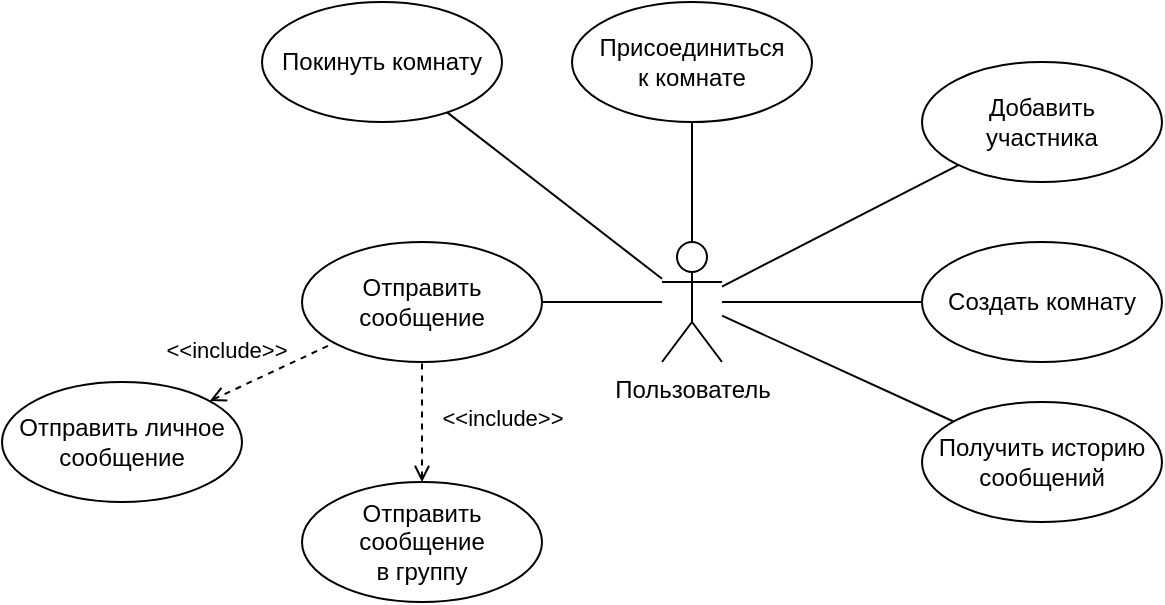
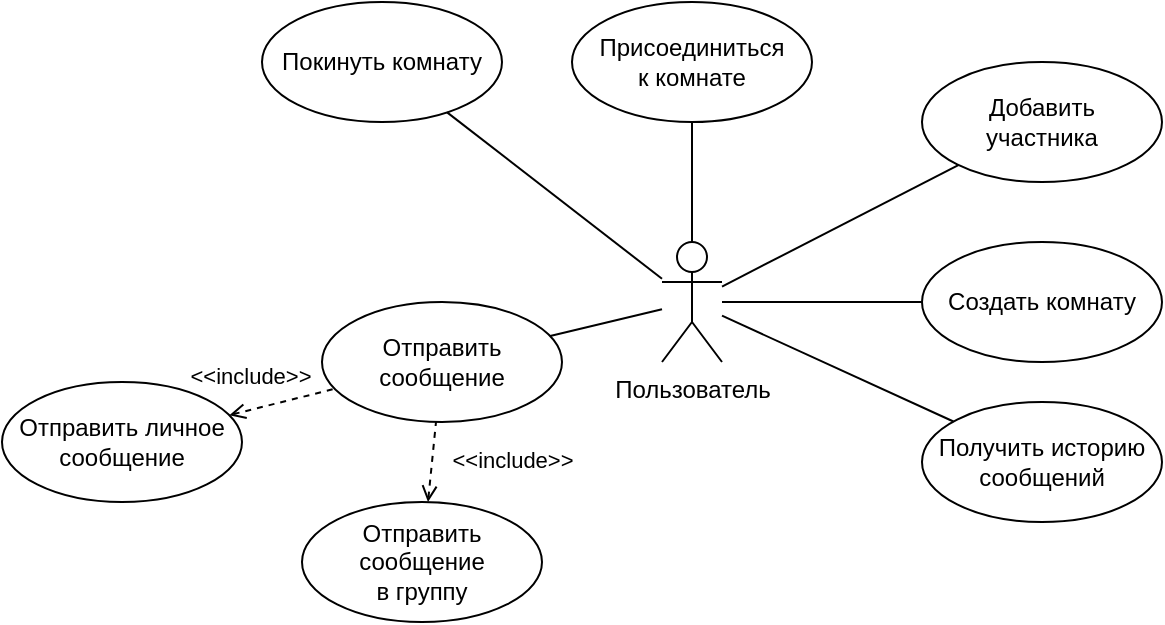
<mxfile host="app.diagrams.net">
  <diagram name="Страница-1" id="2Qnu2ySohuw-aVqPhbOu">
    <mxGraphModel dx="1025" dy="717" grid="1" gridSize="10" guides="1" tooltips="1" connect="1" arrows="1" fold="1" page="1" pageScale="1" pageWidth="827" pageHeight="1169" math="0" shadow="0">
      <root>
        <mxCell id="0" />
        <mxCell id="1" parent="0" />
        <mxCell id="dnepGlAc-zteVL8J6fsW-1" parent="1" style="shape=umlActor;verticalLabelPosition=bottom;verticalAlign=top;html=1;outlineConnect=0;" value="Пользователь" vertex="1">
          <mxGeometry height="60" width="30" x="360" y="180" as="geometry" />
        </mxCell>
        <mxCell id="WmDxRAO_hUI6_f6eKx6H-7" parent="1" style="ellipse;whiteSpace=wrap;html=1;" value="Создать комнату" vertex="1">
          <mxGeometry height="60" width="120" x="490" y="180" as="geometry" />
        </mxCell>
        <mxCell id="WmDxRAO_hUI6_f6eKx6H-8" parent="1" style="ellipse;whiteSpace=wrap;html=1;" value="Отправить сообщение" vertex="1">
-           <mxGeometry height="60" width="120" x="180" y="180" as="geometry" />
+           <mxGeometry height="60" width="120" x="190" y="210" as="geometry" />
        </mxCell>
        <mxCell id="WmDxRAO_hUI6_f6eKx6H-9" parent="1" style="ellipse;whiteSpace=wrap;html=1;" value="Получить историю сообщений" vertex="1">
          <mxGeometry height="60" width="120" x="490" y="260" as="geometry" />
        </mxCell>
        <mxCell id="WmDxRAO_hUI6_f6eKx6H-10" parent="1" style="ellipse;whiteSpace=wrap;html=1;" value="Присоединиться&lt;div&gt;к комнате&lt;/div&gt;" vertex="1">
          <mxGeometry height="60" width="120" x="315" y="60" as="geometry" />
        </mxCell>
        <mxCell id="WmDxRAO_hUI6_f6eKx6H-11" parent="1" style="ellipse;whiteSpace=wrap;html=1;" value="Покинуть комнату" vertex="1">
          <mxGeometry height="60" width="120" x="160" y="60" as="geometry" />
        </mxCell>
        <mxCell id="WmDxRAO_hUI6_f6eKx6H-12" edge="1" parent="1" source="dnepGlAc-zteVL8J6fsW-1" style="endArrow=none;html=1;rounded=0;" target="WmDxRAO_hUI6_f6eKx6H-18" value="">
          <mxGeometry height="50" relative="1" width="50" as="geometry">
            <mxPoint x="490" y="300" as="sourcePoint" />
            <mxPoint x="502.1995898384996" y="151.9163935918341" as="targetPoint" />
          </mxGeometry>
        </mxCell>
        <mxCell id="WmDxRAO_hUI6_f6eKx6H-13" edge="1" parent="1" source="dnepGlAc-zteVL8J6fsW-1" style="endArrow=none;html=1;rounded=0;" target="WmDxRAO_hUI6_f6eKx6H-9" value="">
          <mxGeometry height="50" relative="1" width="50" as="geometry">
            <mxPoint x="490" y="300" as="sourcePoint" />
            <mxPoint x="540" y="250" as="targetPoint" />
          </mxGeometry>
        </mxCell>
        <mxCell id="WmDxRAO_hUI6_f6eKx6H-14" edge="1" parent="1" source="dnepGlAc-zteVL8J6fsW-1" style="endArrow=none;html=1;rounded=0;" target="WmDxRAO_hUI6_f6eKx6H-11" value="">
          <mxGeometry height="50" relative="1" width="50" as="geometry">
            <mxPoint x="490" y="300" as="sourcePoint" />
            <mxPoint x="540" y="250" as="targetPoint" />
          </mxGeometry>
        </mxCell>
        <mxCell id="WmDxRAO_hUI6_f6eKx6H-15" edge="1" parent="1" source="dnepGlAc-zteVL8J6fsW-1" style="endArrow=none;html=1;rounded=0;" target="WmDxRAO_hUI6_f6eKx6H-8" value="">
          <mxGeometry height="50" relative="1" width="50" as="geometry">
            <mxPoint x="490" y="300" as="sourcePoint" />
            <mxPoint x="540" y="250" as="targetPoint" />
          </mxGeometry>
        </mxCell>
        <mxCell id="WmDxRAO_hUI6_f6eKx6H-16" edge="1" parent="1" source="dnepGlAc-zteVL8J6fsW-1" style="endArrow=none;html=1;rounded=0;" target="WmDxRAO_hUI6_f6eKx6H-10" value="">
          <mxGeometry height="50" relative="1" width="50" as="geometry">
            <mxPoint x="490" y="300" as="sourcePoint" />
            <mxPoint x="540" y="250" as="targetPoint" />
          </mxGeometry>
        </mxCell>
        <mxCell id="WmDxRAO_hUI6_f6eKx6H-17" edge="1" parent="1" source="dnepGlAc-zteVL8J6fsW-1" style="endArrow=none;html=1;rounded=0;" target="WmDxRAO_hUI6_f6eKx6H-7" value="">
          <mxGeometry height="50" relative="1" width="50" as="geometry">
            <mxPoint x="490" y="300" as="sourcePoint" />
            <mxPoint x="540" y="250" as="targetPoint" />
          </mxGeometry>
        </mxCell>
        <mxCell id="WmDxRAO_hUI6_f6eKx6H-18" parent="1" style="ellipse;whiteSpace=wrap;html=1;" value="Добавить&lt;div&gt;участника&lt;/div&gt;" vertex="1">
          <mxGeometry height="60" width="120" x="490" y="90" as="geometry" />
        </mxCell>
        <mxCell id="WmDxRAO_hUI6_f6eKx6H-19" parent="1" style="ellipse;whiteSpace=wrap;html=1;" value="Отправить личное сообщение" vertex="1">
          <mxGeometry height="60" width="120" x="30" y="250" as="geometry" />
        </mxCell>
        <mxCell id="WmDxRAO_hUI6_f6eKx6H-20" parent="1" style="ellipse;whiteSpace=wrap;html=1;" value="Отправить сообщение&lt;div&gt;в группу&lt;/div&gt;" vertex="1">
-           <mxGeometry height="60" width="120" x="180" y="300" as="geometry" />
+           <mxGeometry height="60" width="120" x="180" y="310" as="geometry" />
        </mxCell>
        <mxCell id="WmDxRAO_hUI6_f6eKx6H-21" edge="1" parent="1" source="WmDxRAO_hUI6_f6eKx6H-20" style="endArrow=none;html=1;rounded=0;dashed=1;startArrow=open;startFill=0;" target="WmDxRAO_hUI6_f6eKx6H-8" value="">
          <mxGeometry height="50" relative="1" width="50" as="geometry">
            <mxPoint x="290" y="200" as="sourcePoint" />
            <mxPoint x="340" y="150" as="targetPoint" />
          </mxGeometry>
        </mxCell>
        <mxCell id="WmDxRAO_hUI6_f6eKx6H-23" connectable="0" parent="WmDxRAO_hUI6_f6eKx6H-21" style="edgeLabel;html=1;align=center;verticalAlign=middle;resizable=0;points=[];" value="&amp;lt;&amp;lt;include&amp;gt;&amp;gt;" vertex="1">
          <mxGeometry relative="1" x="0.0632" as="geometry">
            <mxPoint x="40" as="offset" />
          </mxGeometry>
        </mxCell>
        <mxCell id="WmDxRAO_hUI6_f6eKx6H-22" edge="1" parent="1" source="WmDxRAO_hUI6_f6eKx6H-19" style="endArrow=none;html=1;rounded=0;dashed=1;startArrow=open;startFill=0;" target="WmDxRAO_hUI6_f6eKx6H-8" value="">
          <mxGeometry height="50" relative="1" width="50" as="geometry">
            <mxPoint x="290" y="200" as="sourcePoint" />
            <mxPoint x="340" y="150" as="targetPoint" />
          </mxGeometry>
        </mxCell>
        <mxCell id="WmDxRAO_hUI6_f6eKx6H-24" connectable="0" parent="WmDxRAO_hUI6_f6eKx6H-22" style="edgeLabel;html=1;align=center;verticalAlign=middle;resizable=0;points=[];" value="&lt;span&gt;&amp;lt;&amp;lt;include&amp;gt;&amp;gt;&lt;/span&gt;" vertex="1">
          <mxGeometry relative="1" x="0.067" y="2" as="geometry">
-             <mxPoint x="-24" y="-9" as="offset" />
+             <mxPoint x="-18" y="-11" as="offset" />
          </mxGeometry>
        </mxCell>
      </root>
    </mxGraphModel>
  </diagram>
</mxfile>
